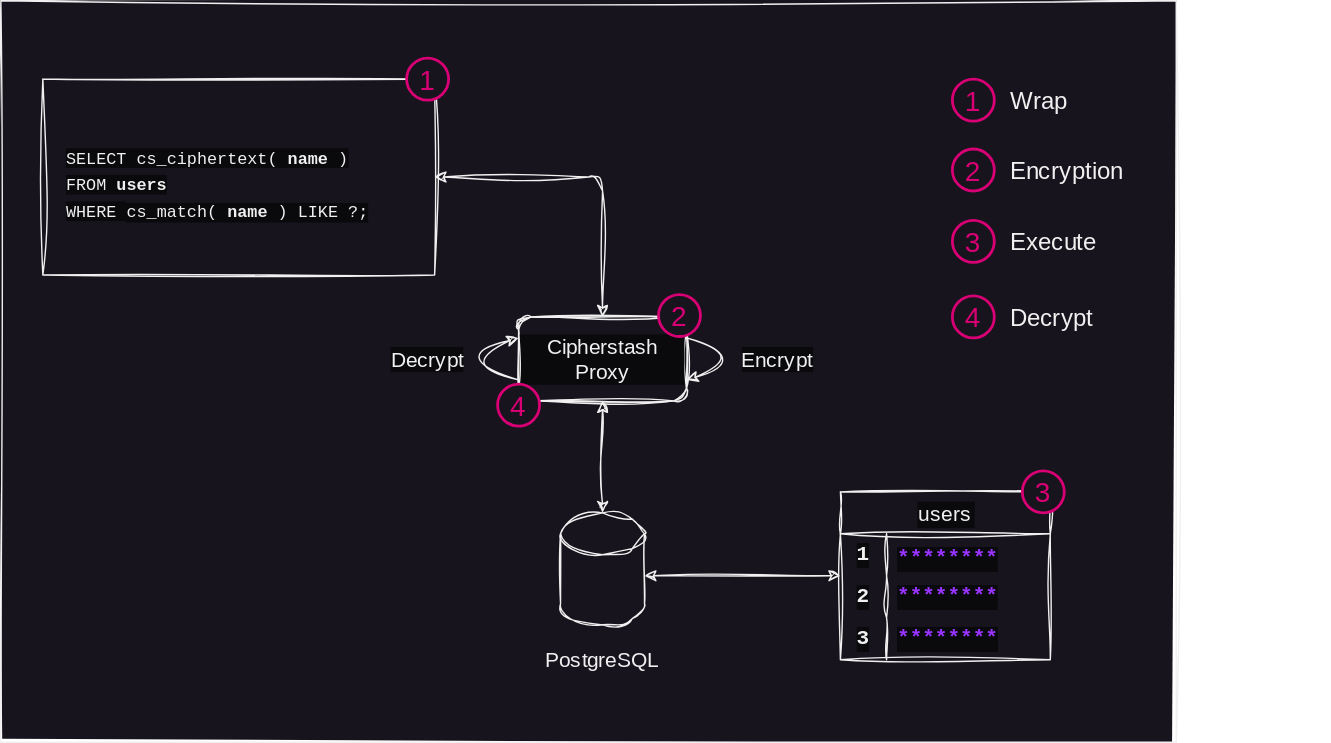
cipherstash/encrypt-query-language keeps this draw.io diagram as diagrams/overview-select.drawio.svg. Above is the earlier version. Source tidied: cells renumbered, new cells last; positions are measured from the earlier drawing's top-left corner, leaving out a move shared by most shapes.
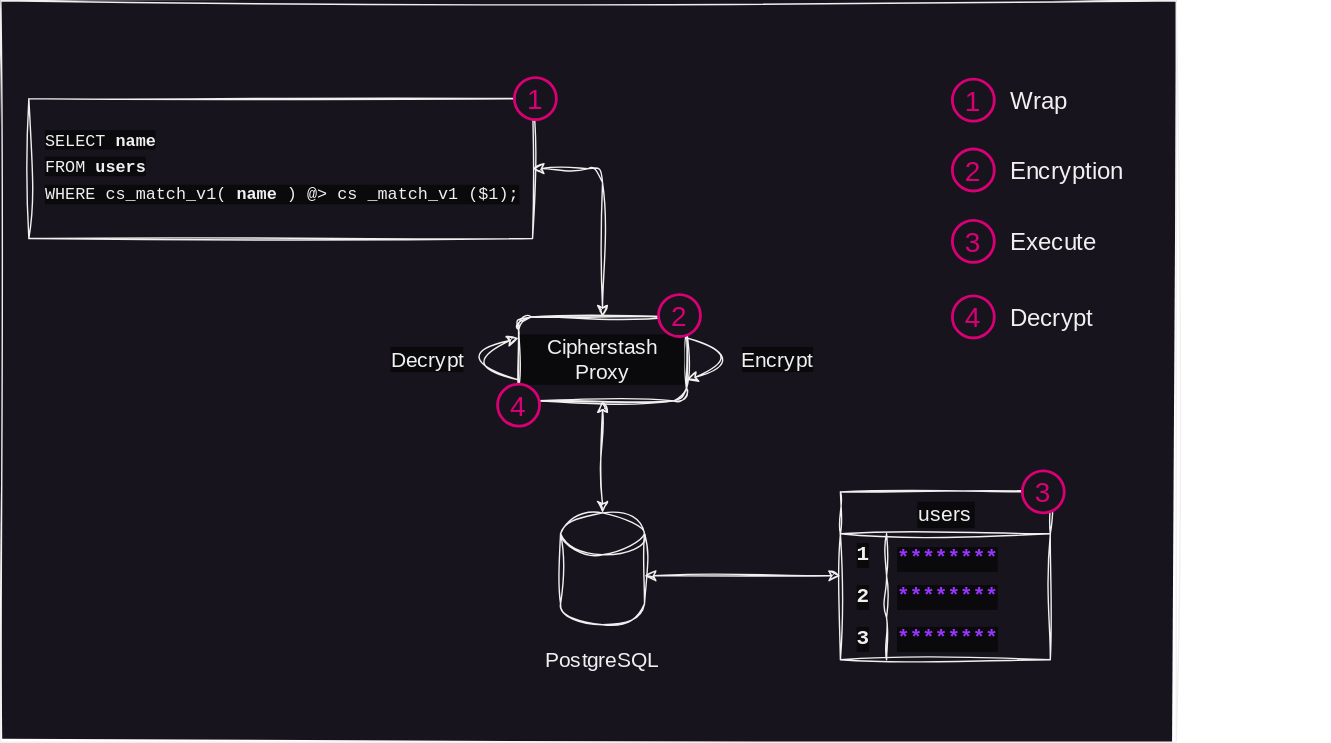
The same file after the commit.

Commit message:
Update match filter in select diagram

Update the match filter in the select diagram to reflect actual usage.

Diff of the diagram source:
```diff
@@ -6,7 +6,7 @@
       <mxGeometry width="840" height="530" as="geometry" />
     </mxCell>
     <mxCell id="3" style="rounded=0;whiteSpace=wrap;html=1;sketch=1;hachureGap=4;jiggle=2;curveFitting=1;fontFamily=Architects Daughter;fontSource=https%3A%2F%2Ffonts.googleapis.com%2Fcss%3Ffamily%3DArchitects%2BDaughter;fontSize=20;strokeColor=#F0F0F0;fillColor=#18141D;" parent="1" vertex="1">
-      <mxGeometry x="30" y="56" width="280" height="140" as="geometry" />
+      <mxGeometry x="20" y="70" width="360" height="100" as="geometry" />
     </mxCell>
     <mxCell id="4" style="edgeStyle=orthogonalEdgeStyle;sketch=1;hachureGap=4;jiggle=2;curveFitting=1;html=1;entryX=0.5;entryY=0;entryDx=0;entryDy=0;fontFamily=Architects Daughter;fontSource=https%3A%2F%2Ffonts.googleapis.com%2Fcss%3Ffamily%3DArchitects%2BDaughter;fontSize=15;fontColor=#F0F0F0;startArrow=classic;startFill=1;exitX=1;exitY=0.5;exitDx=0;exitDy=0;strokeColor=#F0F0F0;" parent="1" edge="1" source="3" target="8">
       <mxGeometry relative="1" as="geometry" />
@@ -90,13 +90,13 @@
       <mxGeometry x="720" y="157" width="230" height="40" as="geometry" />
     </mxCell>
     <mxCell id="29" value="&lt;font&gt;1&lt;/font&gt;" style="ellipse;whiteSpace=wrap;html=1;hachureGap=4;strokeWidth=2;fontFamily=Helvetica;fontSize=20;fontColor=#D80074;fillColor=#18141D;strokeColor=#D80074;" parent="1" vertex="1">
-      <mxGeometry x="290" y="41" width="30" height="30" as="geometry" />
+      <mxGeometry x="367" y="55" width="30" height="30" as="geometry" />
     </mxCell>
     <mxCell id="30" value="&lt;font&gt;3&lt;/font&gt;" style="ellipse;whiteSpace=wrap;html=1;hachureGap=4;strokeWidth=2;fontFamily=Helvetica;fontSize=20;fontColor=#D80074;fillColor=#18141D;strokeColor=#D80074;" parent="1" vertex="1">
       <mxGeometry x="730" y="336" width="30" height="30" as="geometry" />
     </mxCell>
-    <mxCell id="31" value="&lt;div style=&quot;font-size: 12px; line-height: 18px;&quot;&gt;&lt;div style=&quot;&quot;&gt;&lt;span style=&quot;background-color: rgb(10, 10, 13);&quot;&gt;&lt;font style=&quot;font-size: 12px;&quot; face=&quot;Courier New&quot;&gt;SELECT cs_ciphertext(&lt;b&gt;name&lt;/b&gt;)&amp;nbsp;&lt;/font&gt;&lt;/span&gt;&lt;/div&gt;&lt;div style=&quot;&quot;&gt;&lt;span style=&quot;background-color: rgb(10, 10, 13);&quot;&gt;&lt;font style=&quot;font-size: 12px;&quot; face=&quot;Courier New&quot;&gt;FROM &lt;b&gt;users&lt;/b&gt;&lt;/font&gt;&lt;/span&gt;&lt;/div&gt;&lt;div style=&quot;&quot;&gt;&lt;div&gt;&lt;span style=&quot;background-color: rgb(10, 10, 13);&quot;&gt;&lt;font style=&quot;font-size: 12px;&quot; face=&quot;Courier New&quot;&gt;WHERE&amp;nbsp;&lt;/font&gt;&lt;/span&gt;&lt;span style=&quot;font-family: &amp;quot;Courier New&amp;quot;; background-color: rgb(10, 10, 13);&quot;&gt;cs_match(&lt;/span&gt;&lt;b style=&quot;font-family: &amp;quot;Courier New&amp;quot;; background-color: rgb(10, 10, 13);&quot;&gt;name&lt;/b&gt;&lt;span style=&quot;font-family: &amp;quot;Courier New&amp;quot;; background-color: rgb(10, 10, 13);&quot;&gt;) LIKE ?;&lt;/span&gt;&lt;/div&gt;&lt;/div&gt;&lt;/div&gt;" style="rounded=0;whiteSpace=wrap;html=1;sketch=1;hachureGap=4;jiggle=2;curveFitting=1;fontFamily=Architects Daughter;fontSource=https%3A%2F%2Ffonts.googleapis.com%2Fcss%3Ffamily%3DArchitects%2BDaughter;fontSize=20;fillColor=none;align=left;fontColor=#F0F0F0;spacing=7;strokeColor=none;" parent="1" vertex="1">
-      <mxGeometry x="40" y="77" width="290" height="110" as="geometry" />
+    <mxCell id="31" value="&lt;div style=&quot;font-size: 12px; line-height: 18px;&quot;&gt;&lt;div style=&quot;&quot;&gt;&lt;span style=&quot;background-color: rgb(10, 10, 13);&quot;&gt;&lt;font style=&quot;font-size: 12px;&quot; face=&quot;Courier New&quot;&gt;SELECT &lt;b&gt;name&lt;/b&gt;&amp;nbsp;&lt;/font&gt;&lt;/span&gt;&lt;/div&gt;&lt;div style=&quot;&quot;&gt;&lt;span style=&quot;background-color: rgb(10, 10, 13);&quot;&gt;&lt;font style=&quot;font-size: 12px;&quot; face=&quot;Courier New&quot;&gt;FROM &lt;b&gt;users&lt;/b&gt;&lt;/font&gt;&lt;/span&gt;&lt;/div&gt;&lt;div style=&quot;&quot;&gt;&lt;div&gt;&lt;font face=&quot;Courier New&quot;&gt;&lt;span style=&quot;background-color: rgb(10, 10, 13);&quot;&gt;&lt;font style=&quot;font-size: 12px;&quot;&gt;WHERE&amp;nbsp;&lt;/font&gt;&lt;/span&gt;&lt;span style=&quot;background-color: rgb(10, 10, 13);&quot;&gt;cs_match_v1(&lt;/span&gt;&lt;span style=&quot;background-color: rgb(10, 10, 13);&quot;&gt;&lt;b&gt;name&lt;/b&gt;&lt;/span&gt;&lt;span style=&quot;background-color: rgb(10, 10, 13);&quot;&gt;)&lt;/span&gt;&lt;span style=&quot;background-color: rgb(10, 10, 13);&quot;&gt;&amp;nbsp;@&amp;gt; cs&lt;/span&gt;&lt;span style=&quot;background-color: rgb(10, 10, 13);&quot;&gt;_match_v1&lt;/span&gt;&lt;span style=&quot;background-color: rgb(10, 10, 13);&quot;&gt;($1);&lt;/span&gt;&lt;/font&gt;&lt;/div&gt;&lt;/div&gt;&lt;/div&gt;" style="rounded=0;html=1;sketch=1;hachureGap=4;jiggle=2;curveFitting=1;fontFamily=Architects Daughter;fontSource=https%3A%2F%2Ffonts.googleapis.com%2Fcss%3Ffamily%3DArchitects%2BDaughter;fontSize=20;fillColor=none;align=left;fontColor=#F0F0F0;spacing=7;strokeColor=none;" parent="1" vertex="1">
+      <mxGeometry x="25" y="81" width="355" height="75" as="geometry" />
     </mxCell>
     <mxCell id="32" value="&lt;font&gt;4&lt;/font&gt;" style="ellipse;whiteSpace=wrap;html=1;hachureGap=4;strokeWidth=2;fontFamily=Helvetica;fontSize=20;fontColor=#D80074;fillColor=#18141D;strokeColor=#D80074;" parent="1" vertex="1">
       <mxGeometry x="680" y="211" width="30" height="30" as="geometry" />
```
